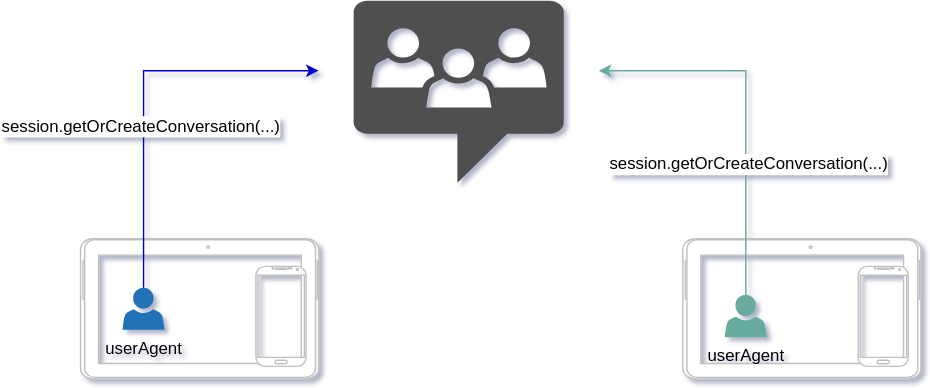
This is src/assets/apirtc_session_getOrCreateConversation.svg from kmoyse-apizee/apizee, a draw.io export, as it was before one commit. Source tidied: cells renumbered, new cells last; positions are measured from the earlier drawing's top-left corner, leaving out a move shared by most shapes.
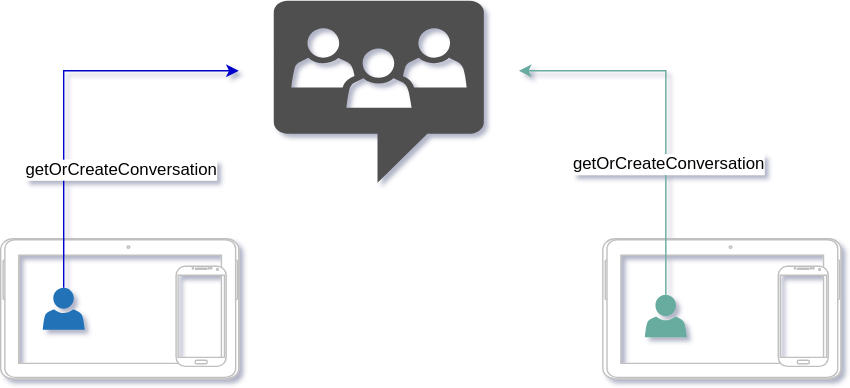
After the change.

Diff of the diagram source:
```diff
@@ -11,7 +11,7 @@
     <mxCell id="4" style="verticalLabelPosition=bottom;verticalAlign=top;html=1;shadow=0;dashed=0;strokeWidth=1;shape=mxgraph.android.phone2;strokeColor=#c0c0c0;" parent="2" vertex="1">
       <mxGeometry x="125.3" y="19.6" width="35.8" height="71.4" as="geometry" />
     </mxCell>
-    <mxCell id="5" value="userAgent" style="shadow=0;dashed=0;html=1;strokeColor=none;labelPosition=center;verticalLabelPosition=bottom;verticalAlign=top;outlineConnect=0;align=center;shape=mxgraph.office.users.user;fillColor=#2072B8;" parent="2" vertex="1">
+    <mxCell id="5" style="shadow=0;dashed=0;html=1;strokeColor=none;labelPosition=center;verticalLabelPosition=bottom;verticalAlign=top;outlineConnect=0;align=center;shape=mxgraph.office.users.user;fillColor=#2072B8;" parent="2" vertex="1">
       <mxGeometry x="30" y="35" width="30" height="30" as="geometry" />
     </mxCell>
     <mxCell id="6" style="group;" parent="1" vertex="1">
@@ -23,7 +23,7 @@
     <mxCell id="8" style="verticalLabelPosition=bottom;verticalAlign=top;html=1;shadow=0;dashed=0;strokeWidth=1;shape=mxgraph.android.phone2;strokeColor=#c0c0c0;" parent="6" vertex="1">
       <mxGeometry x="125.3" y="19.6" width="35.8" height="71.4" as="geometry" />
     </mxCell>
-    <mxCell id="9" value="userAgent" style="shadow=0;dashed=0;html=1;strokeColor=none;labelPosition=center;verticalLabelPosition=bottom;verticalAlign=top;outlineConnect=0;align=center;shape=mxgraph.office.users.user;fillColor=#67AB9F;" parent="6" vertex="1">
+    <mxCell id="9" style="shadow=0;dashed=0;html=1;strokeColor=none;labelPosition=center;verticalLabelPosition=bottom;verticalAlign=top;outlineConnect=0;align=center;shape=mxgraph.office.users.user;fillColor=#67AB9F;" parent="6" vertex="1">
       <mxGeometry x="30" y="40" width="30" height="30.4" as="geometry" />
     </mxCell>
     <mxCell id="10" style="edgeStyle=orthogonalEdgeStyle;rounded=0;jettySize=auto;html=1;strokeColor=#0000CC;" parent="1" edge="1" source="5">
@@ -35,8 +35,10 @@
         </Array>
       </mxGeometry>
     </mxCell>
-    <mxCell id="11" value="&lt;span style=&quot;font-size: 12px&quot;&gt;session.getOrCreateConversation(...)&lt;/span&gt;" style="edgeLabel;html=1;align=center;verticalAlign=middle;" parent="10" vertex="1">
-      <mxGeometry x="-0.17" y="3" relative="1" as="geometry" />
+    <mxCell id="11" value="&lt;span style=&quot;font-size: 12px&quot;&gt;getOrCreateConversation&lt;/span&gt;" style="edgeLabel;html=1;align=center;verticalAlign=middle;" parent="10" vertex="1">
+      <mxGeometry x="-0.17" y="3" relative="1" as="geometry">
+        <mxPoint x="43" y="31" as="offset" />
+      </mxGeometry>
     </mxCell>
     <mxCell id="12" style="edgeStyle=orthogonalEdgeStyle;rounded=0;jettySize=auto;html=1;strokeColor=#67AB9F;" parent="1" edge="1" source="9">
       <mxGeometry relative="1" as="geometry">
@@ -46,7 +48,7 @@
         </Array>
       </mxGeometry>
     </mxCell>
-    <mxCell id="13" value="&lt;span style=&quot;font-size: 12px&quot;&gt;session.getOrCreateConversation(...)&lt;/span&gt;" style="edgeLabel;html=1;align=center;verticalAlign=middle;" parent="12" vertex="1">
+    <mxCell id="13" value="&lt;span style=&quot;font-size: 12px&quot;&gt;getOrCreateConversation&lt;/span&gt;" style="edgeLabel;html=1;align=center;verticalAlign=middle;" parent="12" vertex="1">
       <mxGeometry x="-0.29" y="-1" relative="1" as="geometry" />
     </mxCell>
     <mxCell id="14" style="shadow=0;dashed=0;html=1;strokeColor=none;fillColor=#505050;labelPosition=center;verticalLabelPosition=bottom;verticalAlign=top;align=center;shape=mxgraph.office.communications.chat_room;" parent="1" vertex="1">
```
